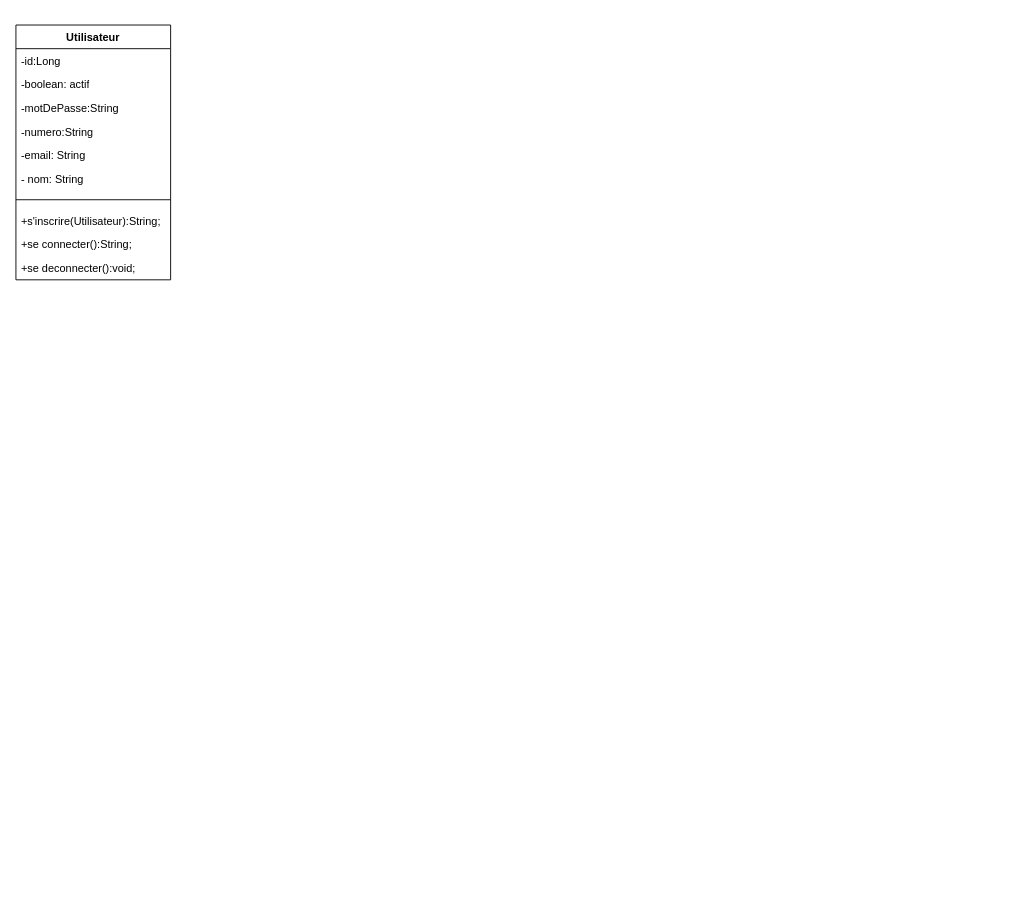
Above: page "Page-2" (2 of 2) of Diagramme sans nom.drawio in NasserObm/BonContact (draw.io), before the change. Source tidied: cells renumbered, new cells numbered last; positions are measured from the earlier drawing's top-left corner, leaving out a move shared by most shapes. Both pictures are drawn from the tidied source at 91%, with x=0, y=0 at pixel (15, 25).
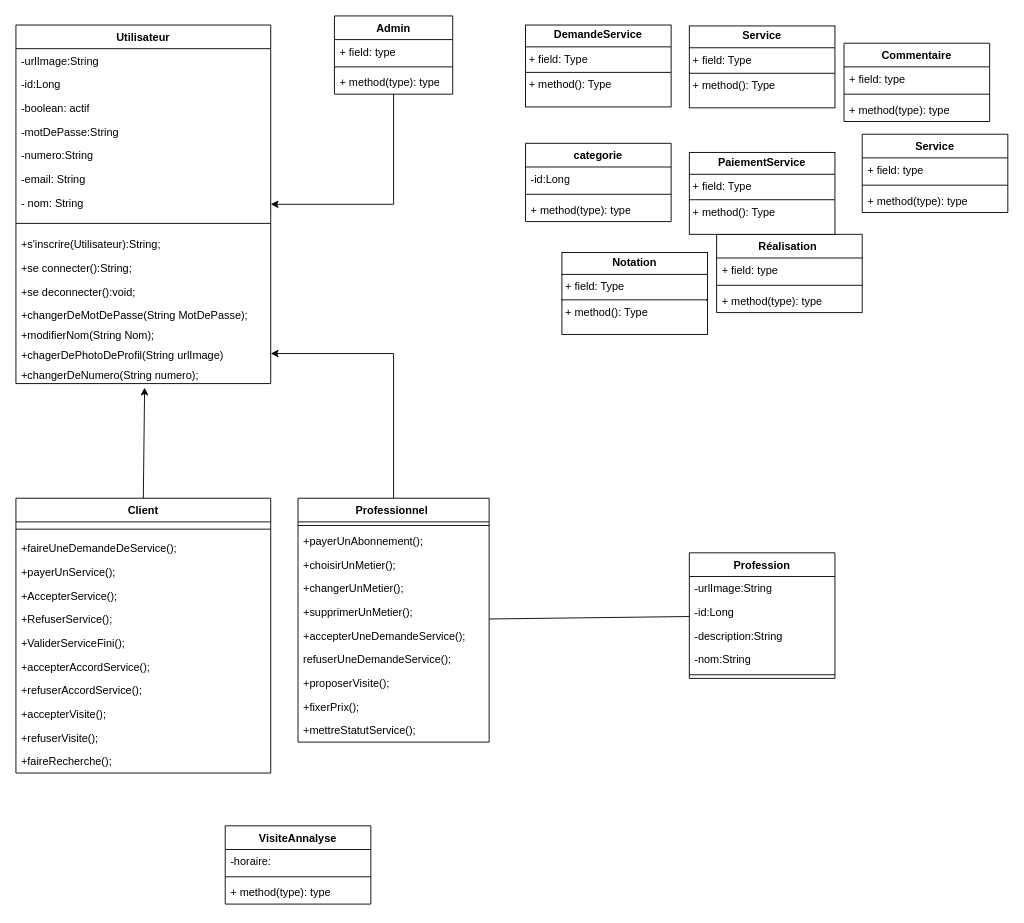
After the change.

The edit, as a diff of the source:
```diff
@@
     <mxCell id="2" value="Utilisateur" style="swimlane;fontStyle=1;align=center;verticalAlign=top;horizontal=1;startSize=26;whiteSpace=wrap;html=1;" parent="1" vertex="1">
-      <mxGeometry width="170" height="280" as="geometry" />
+      <mxGeometry width="280" height="394" as="geometry" />
     </mxCell>
+    <mxCell id="13" value="-urlImage:String" style="text;strokeColor=none;fillColor=none;align=left;verticalAlign=top;spacingLeft=4;spacingRight=4;overflow=hidden;whiteSpace=wrap;html=1;" parent="2" vertex="1">
+      <mxGeometry y="26" width="280" height="26" as="geometry" />
+    </mxCell>
     <mxCell id="3" value="-id:Long" style="text;strokeColor=none;fillColor=none;align=left;verticalAlign=top;spacingLeft=4;spacingRight=4;overflow=hidden;whiteSpace=wrap;html=1;" parent="2" vertex="1">
-      <mxGeometry y="26" width="170" height="26" as="geometry" />
+      <mxGeometry y="52" width="280" height="26" as="geometry" />
     </mxCell>
     <mxCell id="4" value="-boolean: actif" style="text;strokeColor=none;fillColor=none;align=left;verticalAlign=top;spacingLeft=4;spacingRight=4;overflow=hidden;whiteSpace=wrap;html=1;" parent="2" vertex="1">
-      <mxGeometry y="52" width="170" height="26" as="geometry" />
+      <mxGeometry y="78" width="280" height="26" as="geometry" />
     </mxCell>
     <mxCell id="5" value="-motDePasse:String" style="text;strokeColor=none;fillColor=none;align=left;verticalAlign=top;spacingLeft=4;spacingRight=4;overflow=hidden;whiteSpace=wrap;html=1;" parent="2" vertex="1">
-      <mxGeometry y="78" width="170" height="26" as="geometry" />
+      <mxGeometry y="104" width="280" height="26" as="geometry" />
     </mxCell>
     <mxCell id="6" value="-numero:String" style="text;strokeColor=none;fillColor=none;align=left;verticalAlign=top;spacingLeft=4;spacingRight=4;overflow=hidden;whiteSpace=wrap;html=1;" parent="2" vertex="1">
-      <mxGeometry y="104" width="170" height="26" as="geometry" />
+      <mxGeometry y="130" width="280" height="26" as="geometry" />
     </mxCell>
     <mxCell id="7" value="-email: String" style="text;strokeColor=none;fillColor=none;align=left;verticalAlign=top;spacingLeft=4;spacingRight=4;overflow=hidden;whiteSpace=wrap;html=1;" parent="2" vertex="1">
-      <mxGeometry y="130" width="170" height="26" as="geometry" />
+      <mxGeometry y="156" width="280" height="26" as="geometry" />
     </mxCell>
     <mxCell id="8" value="- nom: String" style="text;strokeColor=none;fillColor=none;align=left;verticalAlign=top;spacingLeft=4;spacingRight=4;overflow=hidden;whiteSpace=wrap;html=1;" parent="2" vertex="1">
-      <mxGeometry y="156" width="170" height="26" as="geometry" />
+      <mxGeometry y="182" width="280" height="26" as="geometry" />
     </mxCell>
     <mxCell id="9" style="line;strokeWidth=1;fillColor=none;align=left;verticalAlign=middle;spacingTop=-1;spacingLeft=3;spacingRight=3;labelPosition=right;strokeColor=inherit;" parent="2" vertex="1">
-      <mxGeometry y="182" width="170" height="20" as="geometry" />
+      <mxGeometry y="208" width="280" height="20" as="geometry" />
     </mxCell>
     <mxCell id="10" value="+s'inscrire(Utilisateur):String;" style="text;strokeColor=none;fillColor=none;align=left;verticalAlign=top;spacingLeft=4;spacingRight=4;overflow=hidden;whiteSpace=wrap;html=1;" parent="2" vertex="1">
-      <mxGeometry y="202" width="170" height="26" as="geometry" />
+      <mxGeometry y="228" width="280" height="26" as="geometry" />
     </mxCell>
     <mxCell id="11" value="+se connecter():String;" style="text;strokeColor=none;fillColor=none;align=left;verticalAlign=top;spacingLeft=4;spacingRight=4;overflow=hidden;whiteSpace=wrap;html=1;" parent="2" vertex="1">
-      <mxGeometry y="228" width="170" height="26" as="geometry" />
+      <mxGeometry y="254" width="280" height="26" as="geometry" />
     </mxCell>
     <mxCell id="12" value="+se deconnecter():void;" style="text;strokeColor=none;fillColor=none;align=left;verticalAlign=top;spacingLeft=4;spacingRight=4;overflow=hidden;whiteSpace=wrap;html=1;" parent="2" vertex="1">
-      <mxGeometry y="254" width="170" height="26" as="geometry" />
+      <mxGeometry y="280" width="280" height="26" as="geometry" />
     </mxCell>
+    <mxCell id="14" value="+changerDeMotDePasse(String MotDePasse);" style="text;strokeColor=none;fillColor=none;align=left;verticalAlign=top;spacingLeft=4;spacingRight=4;overflow=hidden;whiteSpace=wrap;html=1;" parent="2" vertex="1">
+      <mxGeometry y="306" width="280" height="22" as="geometry" />
+    </mxCell>
+    <mxCell id="15" value="+modifierNom(String Nom);" style="text;strokeColor=none;fillColor=none;align=left;verticalAlign=top;spacingLeft=4;spacingRight=4;overflow=hidden;whiteSpace=wrap;html=1;" parent="2" vertex="1">
+      <mxGeometry y="328" width="280" height="22" as="geometry" />
+    </mxCell>
+    <mxCell id="16" value="+chagerDePhotoDeProfil(String urlImage)" style="text;strokeColor=none;fillColor=none;align=left;verticalAlign=top;spacingLeft=4;spacingRight=4;overflow=hidden;points=[[0,0.5],[1,0.5]];portConstraint=eastwest;whiteSpace=wrap;html=1;" parent="2" vertex="1">
+      <mxGeometry y="350" width="280" height="22" as="geometry" />
+    </mxCell>
+    <mxCell id="17" value="+changerDeNumero(String numero);" style="text;strokeColor=none;fillColor=none;align=left;verticalAlign=top;spacingLeft=4;spacingRight=4;overflow=hidden;points=[[0,0.5],[1,0.5]];portConstraint=eastwest;whiteSpace=wrap;html=1;" parent="2" vertex="1">
+      <mxGeometry y="372" width="280" height="22" as="geometry" />
+    </mxCell>
+    <mxCell id="18" value="Client" style="swimlane;fontStyle=1;align=center;verticalAlign=top;horizontal=1;startSize=26;whiteSpace=wrap;html=1;" parent="1" vertex="1">
+      <mxGeometry y="520" width="280" height="302" as="geometry" />
+    </mxCell>
+    <mxCell id="19" style="line;strokeWidth=1;fillColor=none;align=left;verticalAlign=middle;spacingTop=-1;spacingLeft=3;spacingRight=3;labelPosition=right;strokeColor=inherit;" parent="18" vertex="1">
+      <mxGeometry y="26" width="280" height="16" as="geometry" />
+    </mxCell>
+    <mxCell id="20" value="+faireUneDemandeDeService();" style="text;strokeColor=none;fillColor=none;align=left;verticalAlign=top;spacingLeft=4;spacingRight=4;overflow=hidden;whiteSpace=wrap;html=1;" parent="18" vertex="1">
+      <mxGeometry y="42" width="280" height="26" as="geometry" />
+    </mxCell>
+    <mxCell id="21" value="+payerUnService();" style="text;strokeColor=none;fillColor=none;align=left;verticalAlign=top;spacingLeft=4;spacingRight=4;overflow=hidden;whiteSpace=wrap;html=1;" parent="18" vertex="1">
+      <mxGeometry y="68" width="280" height="26" as="geometry" />
+    </mxCell>
+    <mxCell id="22" value="+AccepterService();" style="text;strokeColor=none;fillColor=none;align=left;verticalAlign=top;spacingLeft=4;spacingRight=4;overflow=hidden;whiteSpace=wrap;html=1;" parent="18" vertex="1">
+      <mxGeometry y="94" width="280" height="26" as="geometry" />
+    </mxCell>
+    <mxCell id="23" value="+RefuserService();" style="text;strokeColor=none;fillColor=none;align=left;verticalAlign=top;spacingLeft=4;spacingRight=4;overflow=hidden;whiteSpace=wrap;html=1;" parent="18" vertex="1">
+      <mxGeometry y="120" width="280" height="26" as="geometry" />
+    </mxCell>
+    <mxCell id="24" value="+ValiderServiceFini();" style="text;strokeColor=none;fillColor=none;align=left;verticalAlign=top;spacingLeft=4;spacingRight=4;overflow=hidden;whiteSpace=wrap;html=1;" parent="18" vertex="1">
+      <mxGeometry y="146" width="280" height="26" as="geometry" />
+    </mxCell>
+    <mxCell id="25" value="+accepterAccordService();" style="text;strokeColor=none;fillColor=none;align=left;verticalAlign=top;spacingLeft=4;spacingRight=4;overflow=hidden;whiteSpace=wrap;html=1;" parent="18" vertex="1">
+      <mxGeometry y="172" width="280" height="26" as="geometry" />
+    </mxCell>
+    <mxCell id="26" value="+refuserAccordService();" style="text;strokeColor=none;fillColor=none;align=left;verticalAlign=top;spacingLeft=4;spacingRight=4;overflow=hidden;whiteSpace=wrap;html=1;" parent="18" vertex="1">
+      <mxGeometry y="198" width="280" height="26" as="geometry" />
+    </mxCell>
+    <mxCell id="27" value="+accepterVisite();" style="text;strokeColor=none;fillColor=none;align=left;verticalAlign=top;spacingLeft=4;spacingRight=4;overflow=hidden;whiteSpace=wrap;html=1;" parent="18" vertex="1">
+      <mxGeometry y="224" width="280" height="26" as="geometry" />
+    </mxCell>
+    <mxCell id="28" value="+refuserVisite();" style="text;strokeColor=none;fillColor=none;align=left;verticalAlign=top;spacingLeft=4;spacingRight=4;overflow=hidden;whiteSpace=wrap;html=1;" parent="18" vertex="1">
+      <mxGeometry y="250" width="280" height="26" as="geometry" />
+    </mxCell>
+    <mxCell id="29" value="+faireRecherche();" style="text;strokeColor=none;fillColor=none;align=left;verticalAlign=top;spacingLeft=4;spacingRight=4;overflow=hidden;whiteSpace=wrap;html=1;" parent="18" vertex="1">
+      <mxGeometry y="276" width="280" height="26" as="geometry" />
+    </mxCell>
+    <mxCell id="30" style="edgeStyle=orthogonalEdgeStyle;rounded=0;jettySize=auto;html=1;exitX=0.5;exitY=0;exitDx=0;exitDy=0;" parent="1" edge="1" source="31" target="16">
+      <mxGeometry relative="1" as="geometry" />
+    </mxCell>
+    <mxCell id="31" value="Professionnel&amp;nbsp;" style="swimlane;fontStyle=1;align=center;verticalAlign=top;horizontal=1;startSize=26;whiteSpace=wrap;html=1;" parent="1" vertex="1">
+      <mxGeometry x="310" y="520" width="210" height="268" as="geometry" />
+    </mxCell>
+    <mxCell id="32" style="line;strokeWidth=1;fillColor=none;align=left;verticalAlign=middle;spacingTop=-1;spacingLeft=3;spacingRight=3;labelPosition=right;strokeColor=inherit;" parent="31" vertex="1">
+      <mxGeometry y="26" width="210" height="8" as="geometry" />
+    </mxCell>
+    <mxCell id="33" value="+payerUnAbonnement();" style="text;strokeColor=none;fillColor=none;align=left;verticalAlign=top;spacingLeft=4;spacingRight=4;overflow=hidden;whiteSpace=wrap;html=1;" parent="31" vertex="1">
+      <mxGeometry y="34" width="210" height="26" as="geometry" />
+    </mxCell>
+    <mxCell id="34" value="+choisirUnMetier();" style="text;strokeColor=none;fillColor=none;align=left;verticalAlign=top;spacingLeft=4;spacingRight=4;overflow=hidden;whiteSpace=wrap;html=1;" parent="31" vertex="1">
+      <mxGeometry y="60" width="210" height="26" as="geometry" />
+    </mxCell>
+    <mxCell id="35" value="+changerUnMetier();" style="text;strokeColor=none;fillColor=none;align=left;verticalAlign=top;spacingLeft=4;spacingRight=4;overflow=hidden;whiteSpace=wrap;html=1;" parent="31" vertex="1">
+      <mxGeometry y="86" width="210" height="26" as="geometry" />
+    </mxCell>
+    <mxCell id="36" value="+supprimerUnMetier();" style="text;strokeColor=none;fillColor=none;align=left;verticalAlign=top;spacingLeft=4;spacingRight=4;overflow=hidden;whiteSpace=wrap;html=1;" parent="31" vertex="1">
+      <mxGeometry y="112" width="210" height="26" as="geometry" />
+    </mxCell>
+    <mxCell id="37" value="+accepterUneDemandeService();" style="text;strokeColor=none;fillColor=none;align=left;verticalAlign=top;spacingLeft=4;spacingRight=4;overflow=hidden;whiteSpace=wrap;html=1;" parent="31" vertex="1">
+      <mxGeometry y="138" width="210" height="26" as="geometry" />
+    </mxCell>
+    <mxCell id="38" value="refuserUneDemandeService();" style="text;strokeColor=none;fillColor=none;align=left;verticalAlign=top;spacingLeft=4;spacingRight=4;overflow=hidden;whiteSpace=wrap;html=1;" parent="31" vertex="1">
+      <mxGeometry y="164" width="210" height="26" as="geometry" />
+    </mxCell>
+    <mxCell id="39" value="+proposerVisite();" style="text;strokeColor=none;fillColor=none;align=left;verticalAlign=top;spacingLeft=4;spacingRight=4;overflow=hidden;whiteSpace=wrap;html=1;" parent="31" vertex="1">
+      <mxGeometry y="190" width="210" height="26" as="geometry" />
+    </mxCell>
+    <mxCell id="40" value="+fixerPrix();" style="text;strokeColor=none;fillColor=none;align=left;verticalAlign=top;spacingLeft=4;spacingRight=4;overflow=hidden;whiteSpace=wrap;html=1;" parent="31" vertex="1">
+      <mxGeometry y="216" width="210" height="26" as="geometry" />
+    </mxCell>
+    <mxCell id="41" value="+mettreStatutService();" style="text;strokeColor=none;fillColor=none;align=left;verticalAlign=top;spacingLeft=4;spacingRight=4;overflow=hidden;whiteSpace=wrap;html=1;" parent="31" vertex="1">
+      <mxGeometry y="242" width="210" height="26" as="geometry" />
+    </mxCell>
+    <mxCell id="42" style="edgeStyle=orthogonalEdgeStyle;rounded=0;jettySize=auto;html=1;" parent="1" edge="1" source="43" target="2">
+      <mxGeometry relative="1" as="geometry">
+        <Array as="points">
+          <mxPoint x="415" y="197" />
+        </Array>
+      </mxGeometry>
+    </mxCell>
+    <mxCell id="43" value="Admin" style="swimlane;fontStyle=1;align=center;verticalAlign=top;horizontal=1;startSize=26;whiteSpace=wrap;html=1;" parent="1" vertex="1">
+      <mxGeometry x="350" y="-10" width="130" height="86" as="geometry" />
+    </mxCell>
+    <mxCell id="44" value="+ field: type" style="text;strokeColor=none;fillColor=none;align=left;verticalAlign=top;spacingLeft=4;spacingRight=4;overflow=hidden;whiteSpace=wrap;html=1;" parent="43" vertex="1">
+      <mxGeometry y="26" width="130" height="26" as="geometry" />
+    </mxCell>
+    <mxCell id="45" style="line;strokeWidth=1;fillColor=none;align=left;verticalAlign=middle;spacingTop=-1;spacingLeft=3;spacingRight=3;labelPosition=right;strokeColor=inherit;" parent="43" vertex="1">
+      <mxGeometry y="52" width="130" height="8" as="geometry" />
+    </mxCell>
+    <mxCell id="46" value="+ method(type): type" style="text;strokeColor=none;fillColor=none;align=left;verticalAlign=top;spacingLeft=4;spacingRight=4;overflow=hidden;whiteSpace=wrap;html=1;" parent="43" vertex="1">
+      <mxGeometry y="60" width="130" height="26" as="geometry" />
+    </mxCell>
+    <mxCell id="47" value="Profession" style="swimlane;fontStyle=1;align=center;verticalAlign=top;horizontal=1;startSize=26;whiteSpace=wrap;html=1;" parent="1" vertex="1">
+      <mxGeometry x="740" y="580" width="160" height="138" as="geometry" />
+    </mxCell>
+    <mxCell id="48" value="-urlImage:String" style="text;strokeColor=none;fillColor=none;align=left;verticalAlign=top;spacingLeft=4;spacingRight=4;overflow=hidden;whiteSpace=wrap;html=1;" parent="47" vertex="1">
+      <mxGeometry y="26" width="160" height="26" as="geometry" />
+    </mxCell>
+    <mxCell id="49" value="-id:Long" style="text;strokeColor=none;fillColor=none;align=left;verticalAlign=top;spacingLeft=4;spacingRight=4;overflow=hidden;whiteSpace=wrap;html=1;" parent="47" vertex="1">
+      <mxGeometry y="52" width="160" height="26" as="geometry" />
+    </mxCell>
+    <mxCell id="50" value="-description:String" style="text;strokeColor=none;fillColor=none;align=left;verticalAlign=top;spacingLeft=4;spacingRight=4;overflow=hidden;whiteSpace=wrap;html=1;" parent="47" vertex="1">
+      <mxGeometry y="78" width="160" height="26" as="geometry" />
+    </mxCell>
+    <mxCell id="51" value="-nom:String" style="text;strokeColor=none;fillColor=none;align=left;verticalAlign=top;spacingLeft=4;spacingRight=4;overflow=hidden;whiteSpace=wrap;html=1;" parent="47" vertex="1">
+      <mxGeometry y="104" width="160" height="26" as="geometry" />
+    </mxCell>
+    <mxCell id="52" style="line;strokeWidth=1;fillColor=none;align=left;verticalAlign=middle;spacingTop=-1;spacingLeft=3;spacingRight=3;labelPosition=right;strokeColor=inherit;" parent="47" vertex="1">
+      <mxGeometry y="130" width="160" height="8" as="geometry" />
+    </mxCell>
+    <mxCell id="53" value="categorie" style="swimlane;fontStyle=1;align=center;verticalAlign=top;horizontal=1;startSize=26;whiteSpace=wrap;html=1;" parent="1" vertex="1">
+      <mxGeometry x="560" y="130" width="160" height="86" as="geometry" />
+    </mxCell>
+    <mxCell id="54" value="-id:Long" style="text;strokeColor=none;fillColor=none;align=left;verticalAlign=top;spacingLeft=4;spacingRight=4;overflow=hidden;whiteSpace=wrap;html=1;" parent="53" vertex="1">
+      <mxGeometry y="26" width="160" height="26" as="geometry" />
+    </mxCell>
+    <mxCell id="55" style="line;strokeWidth=1;fillColor=none;align=left;verticalAlign=middle;spacingTop=-1;spacingLeft=3;spacingRight=3;labelPosition=right;strokeColor=inherit;" parent="53" vertex="1">
+      <mxGeometry y="52" width="160" height="8" as="geometry" />
+    </mxCell>
+    <mxCell id="56" value="+ method(type): type" style="text;strokeColor=none;fillColor=none;align=left;verticalAlign=top;spacingLeft=4;spacingRight=4;overflow=hidden;whiteSpace=wrap;html=1;" parent="53" vertex="1">
+      <mxGeometry y="60" width="160" height="26" as="geometry" />
+    </mxCell>
+    <mxCell id="57" value="Réalisation&amp;nbsp;" style="swimlane;fontStyle=1;align=center;verticalAlign=top;horizontal=1;startSize=26;whiteSpace=wrap;html=1;" parent="1" vertex="1">
+      <mxGeometry x="770" y="230" width="160" height="86" as="geometry" />
+    </mxCell>
+    <mxCell id="58" value="+ field: type" style="text;strokeColor=none;fillColor=none;align=left;verticalAlign=top;spacingLeft=4;spacingRight=4;overflow=hidden;whiteSpace=wrap;html=1;" parent="57" vertex="1">
+      <mxGeometry y="26" width="160" height="26" as="geometry" />
+    </mxCell>
+    <mxCell id="59" style="line;strokeWidth=1;fillColor=none;align=left;verticalAlign=middle;spacingTop=-1;spacingLeft=3;spacingRight=3;labelPosition=right;strokeColor=inherit;" parent="57" vertex="1">
+      <mxGeometry y="52" width="160" height="8" as="geometry" />
+    </mxCell>
+    <mxCell id="60" value="+ method(type): type" style="text;strokeColor=none;fillColor=none;align=left;verticalAlign=top;spacingLeft=4;spacingRight=4;overflow=hidden;whiteSpace=wrap;html=1;" parent="57" vertex="1">
+      <mxGeometry y="60" width="160" height="26" as="geometry" />
+    </mxCell>
+    <mxCell id="61" value="&lt;p style=&quot;margin:0px;margin-top:4px;text-align:center;&quot;&gt;&lt;b&gt;PaiementService&lt;/b&gt;&lt;/p&gt;&lt;hr size=&quot;1&quot; style=&quot;border-style:solid;&quot;&gt;&lt;p style=&quot;margin:0px;margin-left:4px;&quot;&gt;+ field: Type&lt;/p&gt;&lt;hr size=&quot;1&quot; style=&quot;border-style:solid;&quot;&gt;&lt;p style=&quot;margin:0px;margin-left:4px;&quot;&gt;+ method(): Type&lt;/p&gt;" style="verticalAlign=top;align=left;overflow=fill;html=1;whiteSpace=wrap;" parent="1" vertex="1">
+      <mxGeometry x="740" y="140" width="160" height="90" as="geometry" />
+    </mxCell>
+    <mxCell id="62" value="&lt;p style=&quot;margin:0px;margin-top:4px;text-align:center;&quot;&gt;&lt;b&gt;Notation&lt;/b&gt;&lt;/p&gt;&lt;hr size=&quot;1&quot; style=&quot;border-style:solid;&quot;&gt;&lt;p style=&quot;margin:0px;margin-left:4px;&quot;&gt;+ field: Type&lt;/p&gt;&lt;hr size=&quot;1&quot; style=&quot;border-style:solid;&quot;&gt;&lt;p style=&quot;margin:0px;margin-left:4px;&quot;&gt;+ method(): Type&lt;/p&gt;" style="verticalAlign=top;align=left;overflow=fill;html=1;whiteSpace=wrap;" parent="1" vertex="1">
+      <mxGeometry x="600" y="250" width="160" height="90" as="geometry" />
+    </mxCell>
+    <mxCell id="63" value="Commentaire" style="swimlane;fontStyle=1;align=center;verticalAlign=top;horizontal=1;startSize=26;whiteSpace=wrap;html=1;" parent="1" vertex="1">
+      <mxGeometry x="910" y="20" width="160" height="86" as="geometry" />
+    </mxCell>
+    <mxCell id="64" value="+ field: type" style="text;strokeColor=none;fillColor=none;align=left;verticalAlign=top;spacingLeft=4;spacingRight=4;overflow=hidden;whiteSpace=wrap;html=1;" parent="63" vertex="1">
+      <mxGeometry y="26" width="160" height="26" as="geometry" />
+    </mxCell>
+    <mxCell id="65" style="line;strokeWidth=1;fillColor=none;align=left;verticalAlign=middle;spacingTop=-1;spacingLeft=3;spacingRight=3;labelPosition=right;strokeColor=inherit;" parent="63" vertex="1">
+      <mxGeometry y="52" width="160" height="8" as="geometry" />
+    </mxCell>
+    <mxCell id="66" value="+ method(type): type" style="text;strokeColor=none;fillColor=none;align=left;verticalAlign=top;spacingLeft=4;spacingRight=4;overflow=hidden;whiteSpace=wrap;html=1;" parent="63" vertex="1">
+      <mxGeometry y="60" width="160" height="26" as="geometry" />
+    </mxCell>
+    <mxCell id="67" value="&lt;p style=&quot;margin:0px;margin-top:4px;text-align:center;&quot;&gt;&lt;b&gt;DemandeService&lt;/b&gt;&lt;/p&gt;&lt;hr size=&quot;1&quot; style=&quot;border-style:solid;&quot;&gt;&lt;p style=&quot;margin:0px;margin-left:4px;&quot;&gt;+ field: Type&lt;/p&gt;&lt;hr size=&quot;1&quot; style=&quot;border-style:solid;&quot;&gt;&lt;p style=&quot;margin:0px;margin-left:4px;&quot;&gt;+ method(): Type&lt;/p&gt;" style="verticalAlign=top;align=left;overflow=fill;html=1;whiteSpace=wrap;" parent="1" vertex="1">
+      <mxGeometry x="560" width="160" height="90" as="geometry" />
+    </mxCell>
+    <mxCell id="68" value="&lt;p style=&quot;margin:0px;margin-top:4px;text-align:center;&quot;&gt;&lt;b&gt;Service&lt;/b&gt;&lt;/p&gt;&lt;hr size=&quot;1&quot; style=&quot;border-style:solid;&quot;&gt;&lt;p style=&quot;margin:0px;margin-left:4px;&quot;&gt;+ field: Type&lt;/p&gt;&lt;hr size=&quot;1&quot; style=&quot;border-style:solid;&quot;&gt;&lt;p style=&quot;margin:0px;margin-left:4px;&quot;&gt;+ method(): Type&lt;/p&gt;" style="verticalAlign=top;align=left;overflow=fill;html=1;whiteSpace=wrap;" parent="1" vertex="1">
+      <mxGeometry x="740" y="1" width="160" height="90" as="geometry" />
+    </mxCell>
+    <mxCell id="69" value="VisiteAnnalyse" style="swimlane;fontStyle=1;align=center;verticalAlign=top;horizontal=1;startSize=26;whiteSpace=wrap;html=1;" parent="1" vertex="1">
+      <mxGeometry x="230" y="880" width="160" height="86" as="geometry" />
+    </mxCell>
+    <mxCell id="70" value="-horaire:&amp;nbsp;" style="text;strokeColor=none;fillColor=none;align=left;verticalAlign=top;spacingLeft=4;spacingRight=4;overflow=hidden;whiteSpace=wrap;html=1;" parent="69" vertex="1">
+      <mxGeometry y="26" width="160" height="26" as="geometry" />
+    </mxCell>
+    <mxCell id="71" style="line;strokeWidth=1;fillColor=none;align=left;verticalAlign=middle;spacingTop=-1;spacingLeft=3;spacingRight=3;labelPosition=right;strokeColor=inherit;" parent="69" vertex="1">
+      <mxGeometry y="52" width="160" height="8" as="geometry" />
+    </mxCell>
+    <mxCell id="72" value="+ method(type): type" style="text;strokeColor=none;fillColor=none;align=left;verticalAlign=top;spacingLeft=4;spacingRight=4;overflow=hidden;whiteSpace=wrap;html=1;" parent="69" vertex="1">
+      <mxGeometry y="60" width="160" height="26" as="geometry" />
+    </mxCell>
+    <mxCell id="73" value="Service" style="swimlane;fontStyle=1;align=center;verticalAlign=top;horizontal=1;startSize=26;whiteSpace=wrap;html=1;" parent="1" vertex="1">
+      <mxGeometry x="930" y="120" width="160" height="86" as="geometry" />
+    </mxCell>
+    <mxCell id="74" value="+ field: type" style="text;strokeColor=none;fillColor=none;align=left;verticalAlign=top;spacingLeft=4;spacingRight=4;overflow=hidden;whiteSpace=wrap;html=1;" parent="73" vertex="1">
+      <mxGeometry y="26" width="160" height="26" as="geometry" />
+    </mxCell>
+    <mxCell id="75" style="line;strokeWidth=1;fillColor=none;align=left;verticalAlign=middle;spacingTop=-1;spacingLeft=3;spacingRight=3;labelPosition=right;strokeColor=inherit;" parent="73" vertex="1">
+      <mxGeometry y="52" width="160" height="8" as="geometry" />
+    </mxCell>
+    <mxCell id="76" value="+ method(type): type" style="text;strokeColor=none;fillColor=none;align=left;verticalAlign=top;spacingLeft=4;spacingRight=4;overflow=hidden;whiteSpace=wrap;html=1;" parent="73" vertex="1">
+      <mxGeometry y="60" width="160" height="26" as="geometry" />
+    </mxCell>
+    <mxCell id="77" style="rounded=0;jettySize=auto;html=1;exitX=0.5;exitY=0;exitDx=0;exitDy=0;entryX=0.505;entryY=1.203;entryDx=0;entryDy=0;entryPerimeter=0;" parent="1" edge="1" source="18" target="17">
+      <mxGeometry relative="1" as="geometry" />
+    </mxCell>
+    <mxCell id="78" style="endArrow=none;html=1;rounded=0;" parent="1" edge="1" source="31" target="47">
+      <mxGeometry relative="1" as="geometry" />
+    </mxCell>
```
